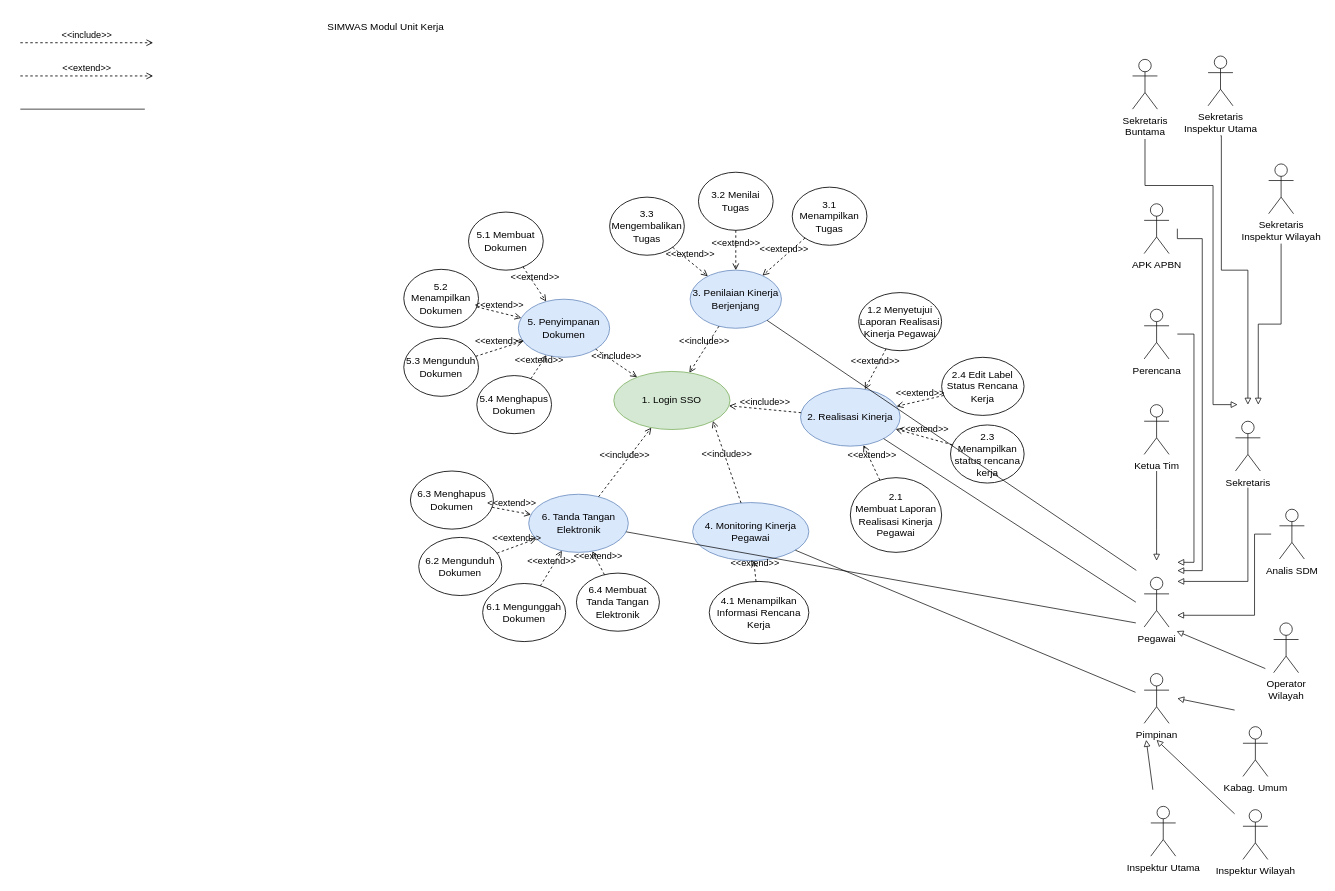
The draw.io diagram page "Use Case" (1 of 2) of fsd-simwas/fsd-simwas.drawio in nubisub/docs-simwas, before the edit. Source tidied: cells renumbered, new cells numbered last; positions are measured from the earlier drawing's top-left corner, leaving out a move shared by most shapes. Both pictures are drawn from the tidied source at 83%, with x=0, y=0 at pixel (20, 14).
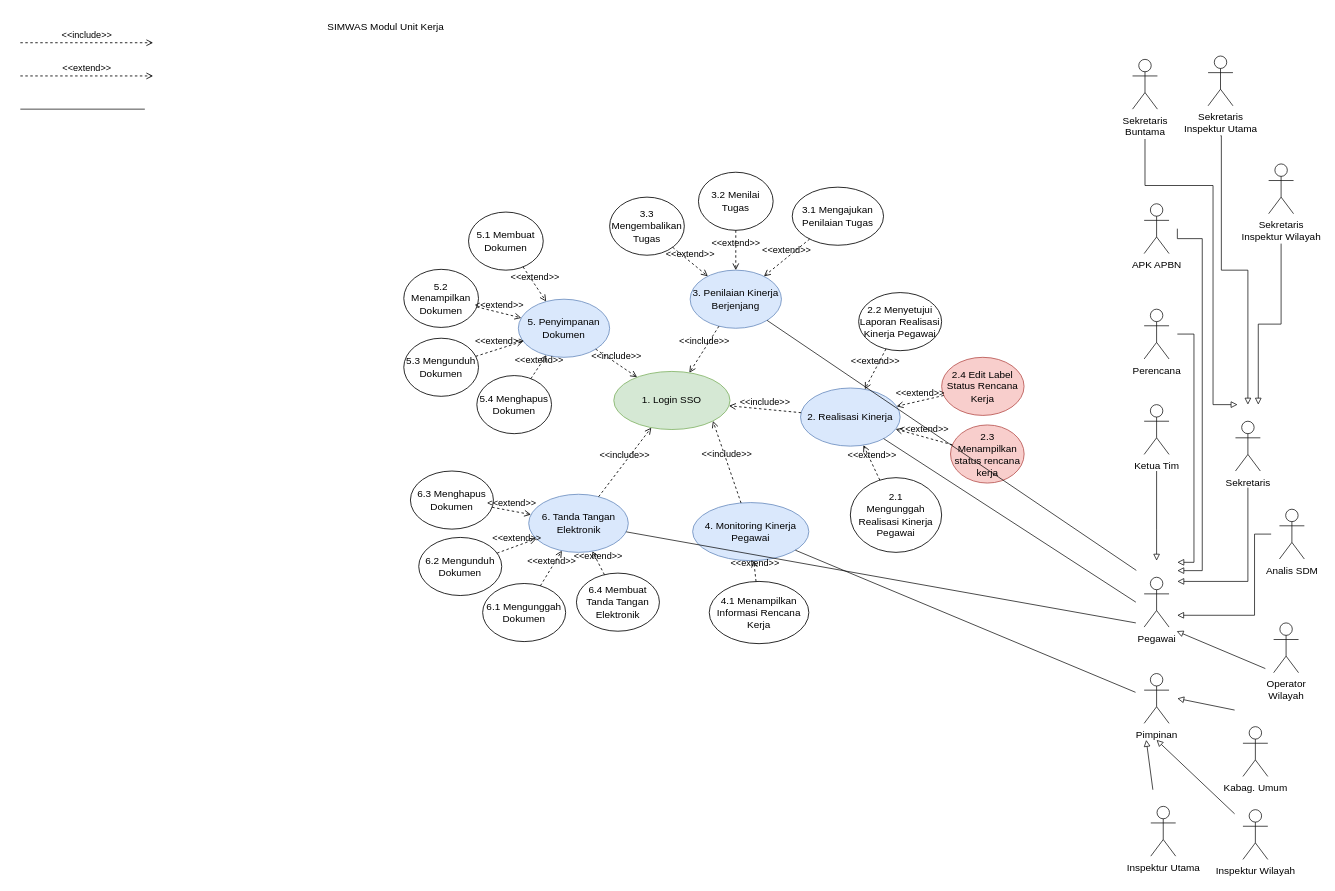
The same diagram, later.

Commit message:
Update fsd-simwas.drawio : update usecase and add activity diagram

Diff of the diagram source:
```diff
@@
-    <mxCell id="11" value="3.1 Menampilkan Tugas" style="ellipse;whiteSpace=wrap;html=1;" parent="1" vertex="1">
-      <mxGeometry x="930" y="208" width="90" height="70" as="geometry" />
+    <mxCell id="11" value="3.1 Mengajukan Penilaian Tugas" style="ellipse;whiteSpace=wrap;html=1;" parent="1" vertex="1">
+      <mxGeometry x="930" y="208" width="110" height="70" as="geometry" />
     </mxCell>
@@
-    <mxCell id="34" value="2.3 Menampilkan status rencana kerja" style="ellipse;whiteSpace=wrap;html=1;" parent="1" vertex="1">
+    <mxCell id="34" value="2.3 Menampilkan status rencana kerja" style="ellipse;whiteSpace=wrap;html=1;fillColor=#f8cecc;strokeColor=#b85450;" parent="1" vertex="1">
       <mxGeometry x="1120.7" y="494.5" width="88.7" height="70" as="geometry" />
     </mxCell>
-    <mxCell id="35" value="2.1 &lt;br&gt;Membuat Laporan Realisasi Kinerja Pegawai" style="ellipse;whiteSpace=wrap;html=1;" parent="1" vertex="1">
+    <mxCell id="35" value="2.1 &lt;br&gt;Mengunggah Realisasi Kinerja Pegawai" style="ellipse;whiteSpace=wrap;html=1;" parent="1" vertex="1">
       <mxGeometry x="1000" y="558" width="110" height="90" as="geometry" />
     </mxCell>
@@
-    <mxCell id="87" value="1.2 Menyetujui Laporan Realisasi Kinerja Pegawai" style="ellipse;whiteSpace=wrap;html=1;" parent="1" vertex="1">
+    <mxCell id="87" value="2.2 Menyetujui Laporan Realisasi Kinerja Pegawai" style="ellipse;whiteSpace=wrap;html=1;" parent="1" vertex="1">
       <mxGeometry x="1010" y="335" width="100" height="70" as="geometry" />
     </mxCell>
@@
-    <mxCell id="89" value="2.4 Edit Label Status Rencana Kerja" style="ellipse;whiteSpace=wrap;html=1;" parent="1" vertex="1">
+    <mxCell id="89" value="2.4 Edit Label Status Rencana Kerja" style="ellipse;whiteSpace=wrap;html=1;fillColor=#f8cecc;strokeColor=#b85450;" parent="1" vertex="1">
       <mxGeometry x="1110" y="413" width="99.3" height="70" as="geometry" />
     </mxCell>
```
